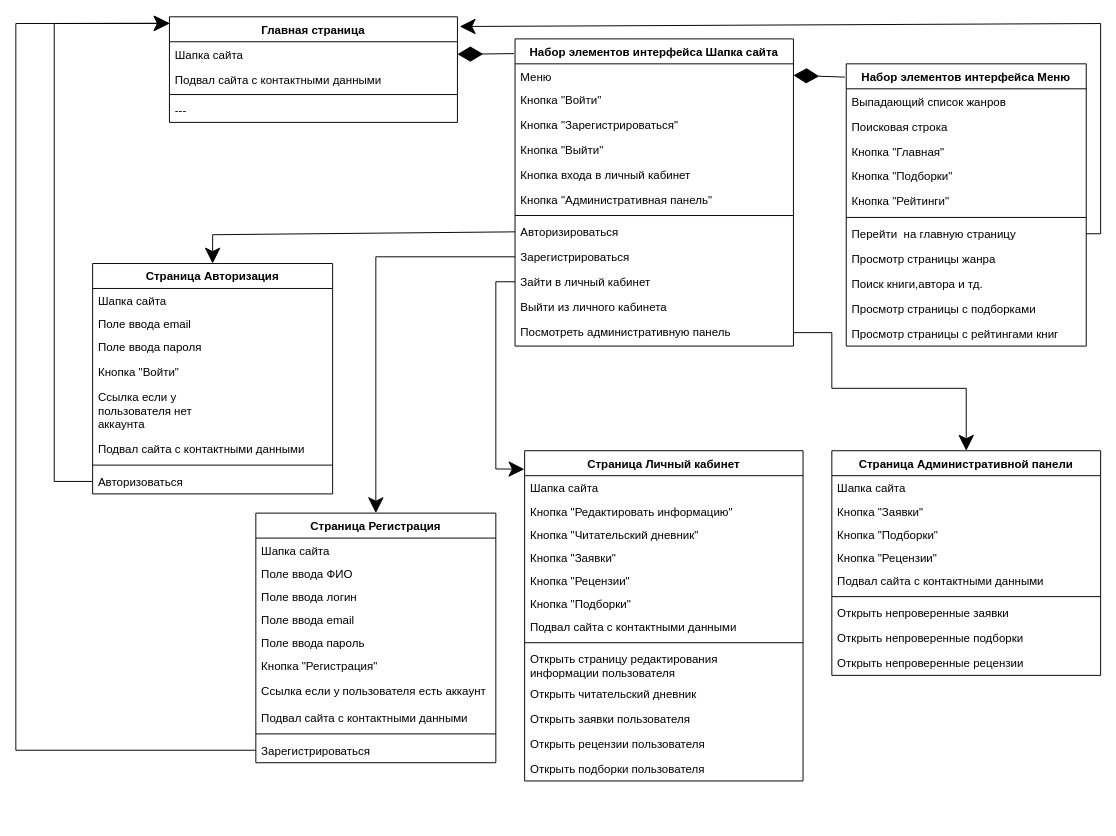
KomogortsevaYulia/CourseWork_CommunityLiteratureLovers_TRPK keeps this draw.io diagram as page "Интерфейсы" (3 of 6) of Documents/Diagrams (3).drawio. Above is the earlier version. Source tidied: cells renumbered, new cells numbered last; positions are measured from the earlier drawing's top-left corner, leaving out a move shared by most shapes. Both pictures are drawn from the tidied source at 96%, with x=0, y=0 at pixel (15, 16).
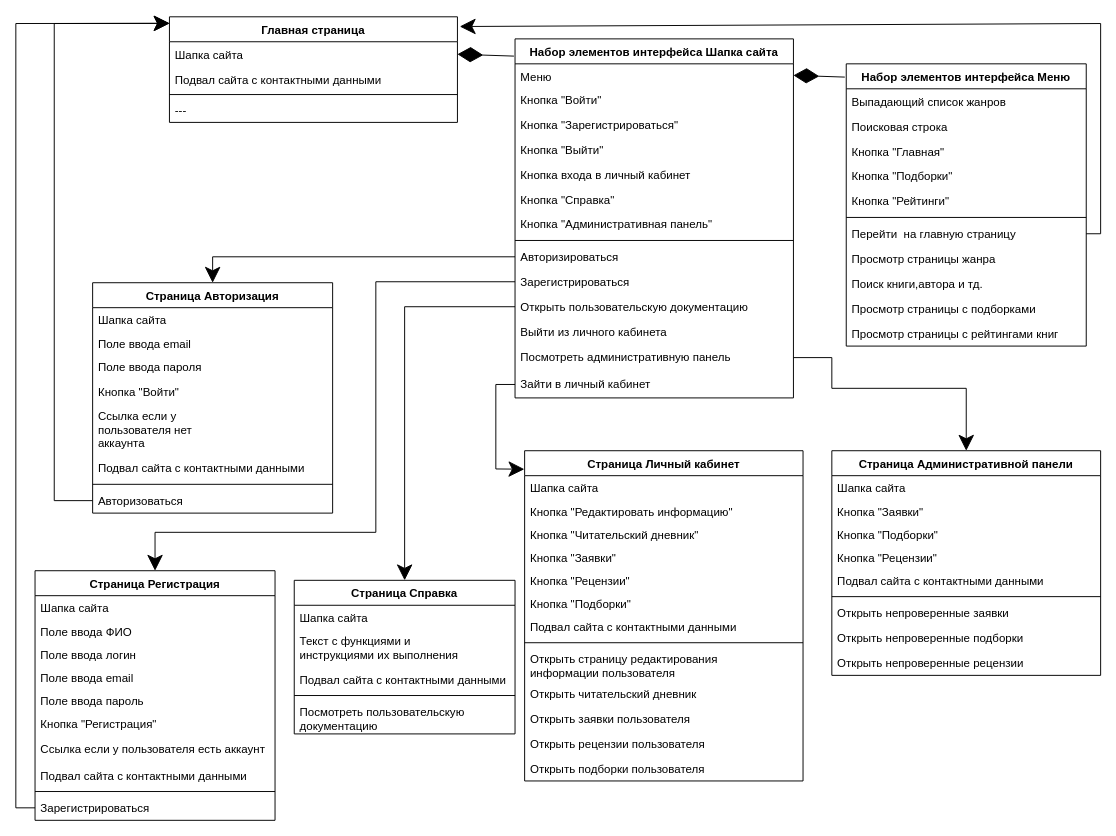
The same diagram, later.

Unchanged cells that the change refers to:
```xml
<mxCell id="2" value="Главная страница" style="swimlane;fontStyle=1;align=center;verticalAlign=top;horizontal=1;startSize=26;" parent="1" vertex="1">
  <mxGeometry x="160" width="300" height="110" as="geometry" />
</mxCell>
<mxCell id="7" value="Страница Личный кабинет" style="swimlane;fontStyle=1;align=center;verticalAlign=top;horizontal=1;startSize=26;" parent="1" vertex="1">
  <mxGeometry x="530" y="452" width="290" height="344" as="geometry" />
</mxCell>
<mxCell id="41" value="Авторизоваться" style="text;strokeColor=none;fillColor=none;align=left;verticalAlign=top;spacingLeft=4;spacingRight=4;overflow=hidden;points=[[0,0.5],[1,0.5]];portConstraint=eastwest;" parent="33" vertex="1">
  <mxGeometry y="214" width="250" height="26" as="geometry" />
</mxCell>
<mxCell id="52" value="Зарегистрироваться" style="text;strokeColor=none;fillColor=none;align=left;verticalAlign=top;spacingLeft=4;spacingRight=4;overflow=hidden;points=[[0,0.5],[1,0.5]];portConstraint=eastwest;" parent="42" vertex="1">
  <mxGeometry y="234" width="250" height="26" as="geometry" />
</mxCell>
<mxCell id="73" value="Страница Административной панели" style="swimlane;fontStyle=1;align=center;verticalAlign=top;horizontal=1;startSize=26;" parent="1" vertex="1">
  <mxGeometry x="850" y="452" width="280" height="234" as="geometry" />
</mxCell>
```

What changed in the source:
```diff
@@
     <mxCell id="33" value="Страница Авторизация" style="swimlane;fontStyle=1;align=center;verticalAlign=top;horizontal=1;startSize=26;" parent="1" vertex="1">
-      <mxGeometry x="80" y="257" width="250" height="240" as="geometry" />
+      <mxGeometry x="80" y="277" width="250" height="240" as="geometry" />
     </mxCell>
@@
     <mxCell id="42" value="Страница Регистрация" style="swimlane;fontStyle=1;align=center;verticalAlign=top;horizontal=1;startSize=26;" parent="1" vertex="1">
-      <mxGeometry x="250" y="517" width="250" height="260" as="geometry" />
+      <mxGeometry x="20" y="577" width="250" height="260" as="geometry" />
     </mxCell>
@@
     <mxCell id="53" value="Набор элементов интерфейса Шапка сайта" style="swimlane;fontStyle=1;align=center;verticalAlign=top;horizontal=1;startSize=26;" parent="1" vertex="1">
-      <mxGeometry x="520" y="23" width="290" height="320" as="geometry" />
+      <mxGeometry x="520" y="23" width="290" height="374" as="geometry" />
     </mxCell>
@@
+    <mxCell id="85" value="Кнопка &quot;Справка&quot; " style="text;strokeColor=none;fillColor=none;align=left;verticalAlign=top;spacingLeft=4;spacingRight=4;overflow=hidden;" parent="53" vertex="1">
+      <mxGeometry y="154" width="290" height="26" as="geometry" />
+    </mxCell>
     <mxCell id="59" value="Кнопка &quot;Административная панель&quot;" style="text;strokeColor=none;fillColor=none;align=left;verticalAlign=top;spacingLeft=4;spacingRight=4;overflow=hidden;" parent="53" vertex="1">
-      <mxGeometry y="154" width="290" height="26" as="geometry" />
+      <mxGeometry y="180" width="290" height="26" as="geometry" />
     </mxCell>
     <mxCell id="60" style="line;strokeWidth=1;fillColor=none;align=left;verticalAlign=middle;spacingTop=-1;spacingLeft=3;spacingRight=3;labelPosition=right;" parent="53" vertex="1">
-      <mxGeometry y="180" width="290" height="8" as="geometry" />
+      <mxGeometry y="206" width="290" height="8" as="geometry" />
     </mxCell>
     <mxCell id="61" value="Авторизироваться" style="text;align=left;verticalAlign=top;spacingLeft=4;spacingRight=4;overflow=hidden;points=[[0,0.5],[1,0.5]];portConstraint=eastwest;" parent="53" vertex="1">
-      <mxGeometry y="188" width="290" height="26" as="geometry" />
+      <mxGeometry y="214" width="290" height="26" as="geometry" />
     </mxCell>
     <mxCell id="62" value="Зарегистрироваться" style="text;strokeColor=none;fillColor=none;align=left;verticalAlign=top;spacingLeft=4;spacingRight=4;overflow=hidden;points=[[0,0.5],[1,0.5]];portConstraint=eastwest;" parent="53" vertex="1">
-      <mxGeometry y="214" width="290" height="26" as="geometry" />
+      <mxGeometry y="240" width="290" height="26" as="geometry" />
     </mxCell>
-    <mxCell id="63" value="Зайти в личный кабинет" style="text;strokeColor=none;fillColor=none;align=left;verticalAlign=top;spacingLeft=4;spacingRight=4;overflow=hidden;points=[[0,0.5],[1,0.5]];portConstraint=eastwest;" parent="53" vertex="1">
-      <mxGeometry y="240" width="290" height="26" as="geometry" />
+    <mxCell id="63" value="Открыть пользовательскую документацию" style="text;strokeColor=none;fillColor=none;align=left;verticalAlign=top;spacingLeft=4;spacingRight=4;overflow=hidden;points=[[0,0.5],[1,0.5]];portConstraint=eastwest;" parent="53" vertex="1">
+      <mxGeometry y="266" width="290" height="26" as="geometry" />
     </mxCell>
     <mxCell id="64" value="Выйти из личного кабинета" style="text;strokeColor=none;fillColor=none;align=left;verticalAlign=top;spacingLeft=4;spacingRight=4;overflow=hidden;" parent="53" vertex="1">
-      <mxGeometry y="266" width="290" height="26" as="geometry" />
+      <mxGeometry y="292" width="290" height="26" as="geometry" />
     </mxCell>
     <mxCell id="65" value="Посмотреть административную панель" style="text;strokeColor=none;fillColor=none;align=left;verticalAlign=top;spacingLeft=4;spacingRight=4;overflow=hidden;points=[[0,0.5],[1,0.5]];portConstraint=eastwest;" parent="53" vertex="1">
-      <mxGeometry y="292" width="290" height="28" as="geometry" />
+      <mxGeometry y="318" width="290" height="28" as="geometry" />
     </mxCell>
+    <mxCell id="86" value="Зайти в личный кабинет" style="text;strokeColor=none;fillColor=none;align=left;verticalAlign=top;spacingLeft=4;spacingRight=4;overflow=hidden;points=[[0,0.5],[1,0.5]];portConstraint=eastwest;" parent="53" vertex="1">
+      <mxGeometry y="346" width="290" height="28" as="geometry" />
+    </mxCell>
@@
-    <mxCell id="68" style="endArrow=classic;endFill=1;endSize=14;html=1;rounded=0;exitX=0;exitY=0.5;exitDx=0;exitDy=0;entryX=-0.001;entryY=0.056;entryDx=0;entryDy=0;strokeWidth=1;entryPerimeter=0;" parent="1" edge="1" source="63" target="7">
+    <mxCell id="68" style="endArrow=classic;endFill=1;endSize=14;html=1;rounded=0;exitX=0;exitY=0.5;exitDx=0;exitDy=0;entryX=-0.001;entryY=0.056;entryDx=0;entryDy=0;strokeWidth=1;entryPerimeter=0;" parent="1" edge="1" source="86" target="7">
       <mxGeometry relative="1" as="geometry">
         <Array as="points">
-          <mxPoint x="500" y="276" />
+          <mxPoint x="500" y="383" />
           <mxPoint x="500" y="471" />
         </Array>
       </mxGeometry>
     </mxCell>
     <mxCell id="69" style="endArrow=classic;endFill=1;endSize=14;html=1;rounded=0;exitX=0;exitY=0.5;exitDx=0;exitDy=0;entryX=0.5;entryY=0;entryDx=0;entryDy=0;strokeWidth=1;" parent="1" edge="1" source="61" target="33">
       <mxGeometry relative="1" as="geometry">
         <Array as="points">
-          <mxPoint x="205" y="227" />
+          <mxPoint x="205" y="250" />
         </Array>
       </mxGeometry>
     </mxCell>
     <mxCell id="70" style="endArrow=classic;endFill=1;endSize=14;html=1;rounded=0;exitX=0;exitY=0.5;exitDx=0;exitDy=0;strokeWidth=1;entryX=0.5;entryY=0;entryDx=0;entryDy=0;" parent="1" edge="1" source="62" target="42">
       <mxGeometry relative="1" as="geometry">
         <Array as="points">
-          <mxPoint x="375" y="250" />
+          <mxPoint x="375" y="276" />
+          <mxPoint x="375" y="537" />
+          <mxPoint x="145" y="537" />
         </Array>
       </mxGeometry>
     </mxCell>
     <mxCell id="71" style="endArrow=classic;endFill=1;endSize=14;html=1;rounded=0;strokeWidth=1;entryX=0.001;entryY=0.062;entryDx=0;entryDy=0;entryPerimeter=0;exitX=0;exitY=0.5;exitDx=0;exitDy=0;" parent="1" edge="1" source="41" target="2">
       <mxGeometry relative="1" as="geometry">
         <Array as="points">
-          <mxPoint x="40" y="484" />
+          <mxPoint x="40" y="504" />
           <mxPoint x="40" y="7" />
         </Array>
       </mxGeometry>
     </mxCell>
     <mxCell id="72" style="edgeStyle=orthogonalEdgeStyle;rounded=0;jettySize=auto;html=1;endArrow=classic;endFill=1;endSize=14;strokeWidth=1;entryX=0.5;entryY=0;entryDx=0;entryDy=0;exitX=1;exitY=0.5;exitDx=0;exitDy=0;" parent="1" edge="1" source="65" target="73">
       <mxGeometry relative="1" as="geometry">
         <Array as="points">
-          <mxPoint x="850" y="329" />
+          <mxPoint x="850" y="355" />
           <mxPoint x="850" y="387" />
           <mxPoint x="990" y="387" />
         </Array>
       </mxGeometry>
     </mxCell>
@@
     <mxCell id="84" style="endArrow=classic;endFill=1;endSize=14;html=1;rounded=0;exitX=0;exitY=0.5;exitDx=0;exitDy=0;entryX=0;entryY=0.062;entryDx=0;entryDy=0;strokeWidth=1;entryPerimeter=0;" parent="1" edge="1" source="52" target="2">
       <mxGeometry relative="1" as="geometry">
         <Array as="points">
-          <mxPoint y="764" />
+          <mxPoint y="824" />
           <mxPoint y="7" />
         </Array>
       </mxGeometry>
     </mxCell>
+    <mxCell id="87" value="Страница Справка" style="swimlane;fontStyle=1;align=center;verticalAlign=top;horizontal=1;startSize=26;" parent="1" vertex="1">
+      <mxGeometry x="290" y="587" width="230" height="160" as="geometry" />
+    </mxCell>
+    <mxCell id="88" value="Шапка сайта" style="text;strokeColor=none;fillColor=none;align=left;verticalAlign=top;spacingLeft=4;spacingRight=4;overflow=hidden;" parent="87" vertex="1">
+      <mxGeometry y="26" width="230" height="24" as="geometry" />
+    </mxCell>
+    <mxCell id="89" value="Текст с функциями и &#10;инструкциями их выполнения" style="text;strokeColor=none;fillColor=none;align=left;verticalAlign=top;spacingLeft=4;spacingRight=4;overflow=hidden;" parent="87" vertex="1">
+      <mxGeometry y="50" width="230" height="40" as="geometry" />
+    </mxCell>
+    <mxCell id="90" value="Подвал сайта с контактными данными" style="text;strokeColor=none;fillColor=none;align=left;verticalAlign=top;spacingLeft=4;spacingRight=4;overflow=hidden;" parent="87" vertex="1">
+      <mxGeometry y="90" width="230" height="26" as="geometry" />
+    </mxCell>
+    <mxCell id="91" style="line;strokeWidth=1;fillColor=none;align=left;verticalAlign=middle;spacingTop=-1;spacingLeft=3;spacingRight=3;labelPosition=right;" parent="87" vertex="1">
+      <mxGeometry y="116" width="230" height="8" as="geometry" />
+    </mxCell>
+    <mxCell id="92" value="Посмотреть пользовательскую &#10;документацию" style="text;strokeColor=none;fillColor=none;align=left;verticalAlign=top;spacingLeft=4;spacingRight=4;overflow=hidden;" parent="87" vertex="1">
+      <mxGeometry y="124" width="230" height="36" as="geometry" />
+    </mxCell>
+    <mxCell id="93" style="edgeStyle=orthogonalEdgeStyle;rounded=0;jettySize=auto;html=1;endArrow=classic;endFill=1;endSize=14;strokeWidth=1;entryX=0.5;entryY=0;entryDx=0;entryDy=0;exitX=0;exitY=0.5;exitDx=0;exitDy=0;" parent="1" edge="1" source="63" target="87">
+      <mxGeometry relative="1" as="geometry">
+        <Array as="points">
+          <mxPoint x="405" y="302" />
+        </Array>
+      </mxGeometry>
+    </mxCell>
```
